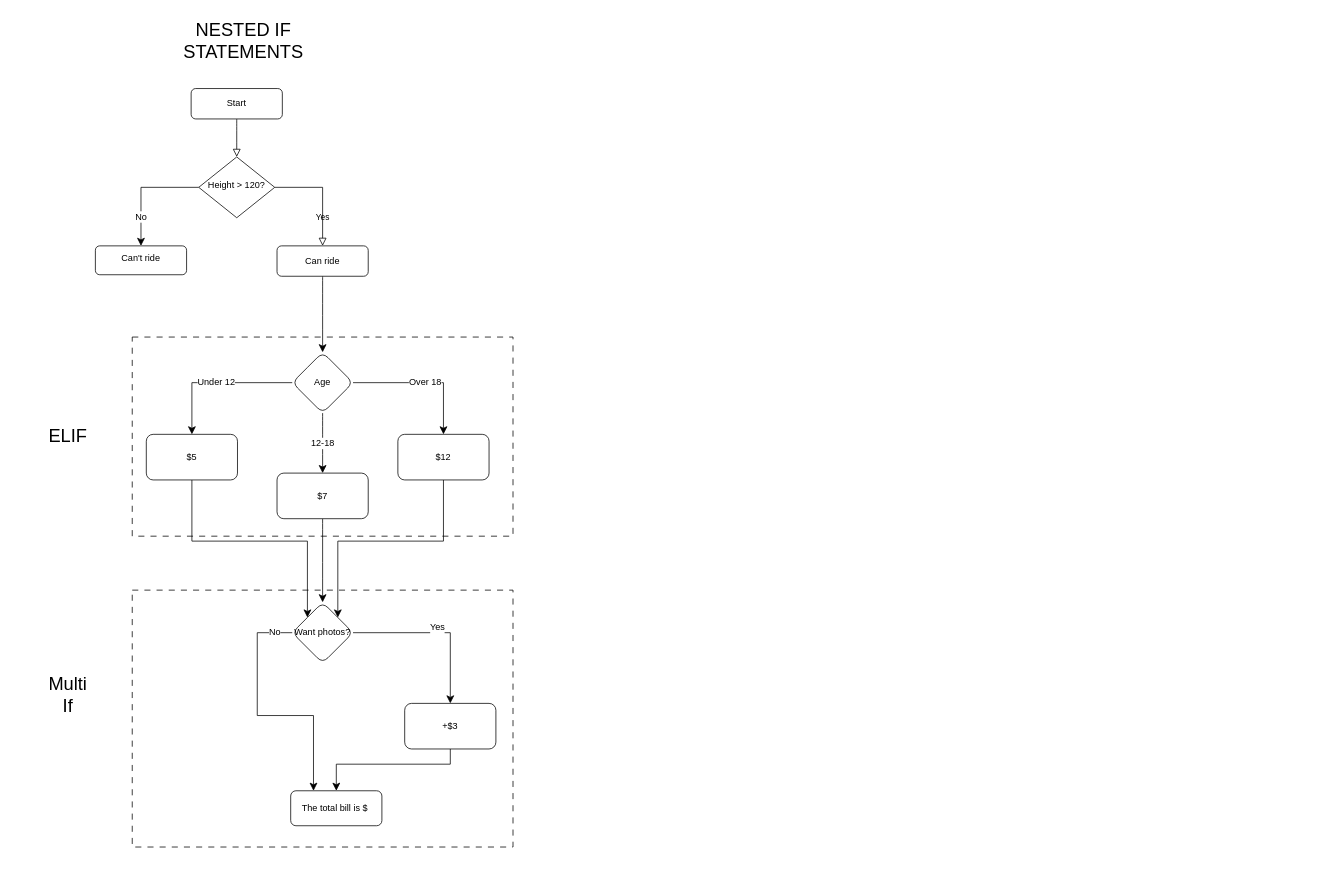
This is Python Crash Course/100Days/Python Flowchart.drawio from sdathompson/Crash-Course-Collection, a draw.io file, before an edit. Source tidied: cells renumbered, new cells numbered last; positions are measured from the earlier drawing's top-left corner, leaving out a move shared by most shapes. Both pictures are drawn from the tidied source at 76%, with x=0, y=0 at pixel (13, 13).
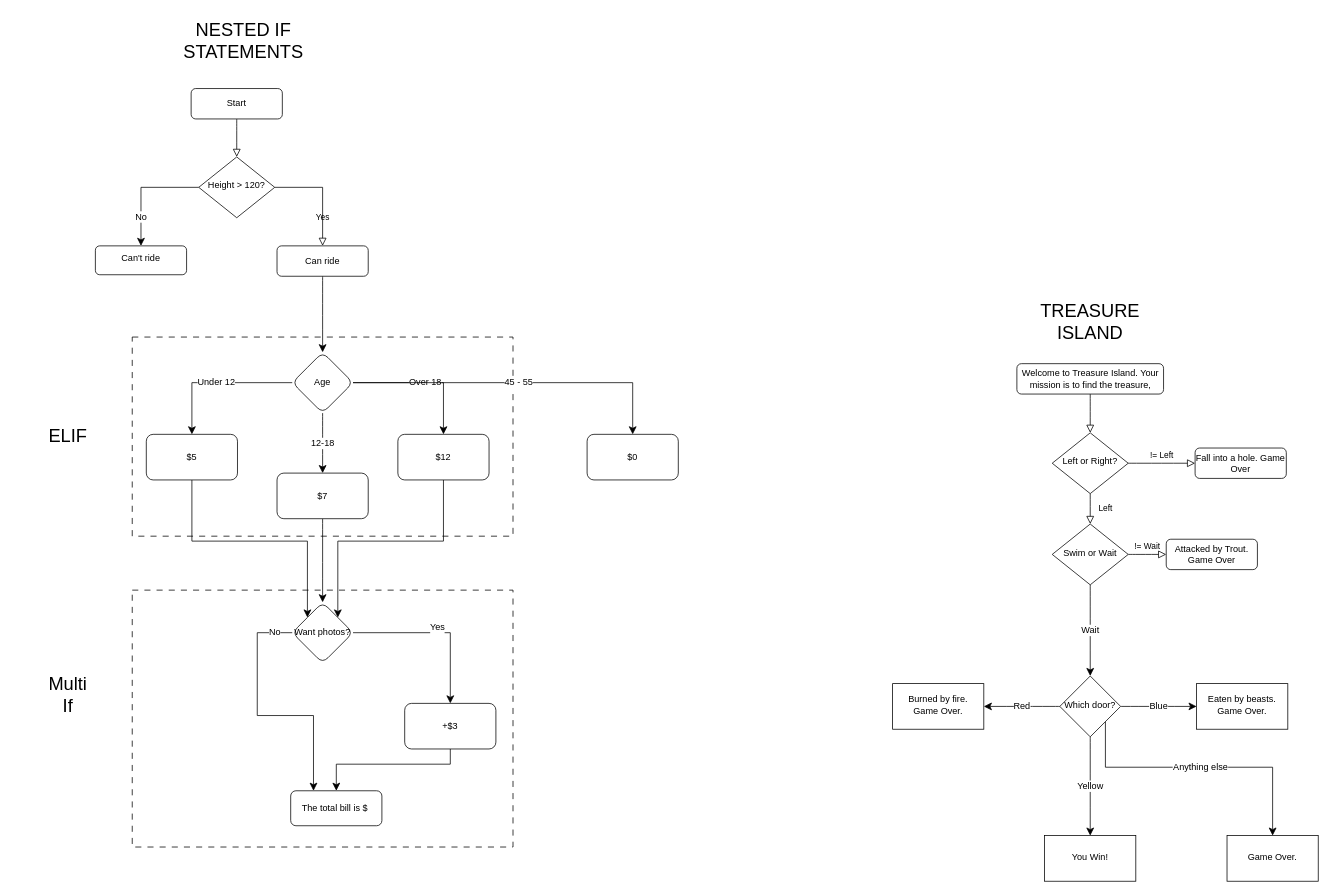
After the change.

Commit message:
Update Python Flowchart.drawio - Treasure Island

The change refers to these unchanged cells:
```xml
<mxCell id="15" value="Age" style="rhombus;whiteSpace=wrap;html=1;rounded=1;glass=0;strokeWidth=1;shadow=0;" parent="1" vertex="1">
  <mxGeometry x="367" y="446" width="80" height="80" as="geometry" />
</mxCell>
```

The edit, as a diff of the source:
```diff
@@
+    <mxCell id="31" value="45 - 55" style="edgeStyle=orthogonalEdgeStyle;rounded=0;jettySize=auto;html=1;fontSize=12;startSize=8;endSize=8;" parent="1" edge="1" source="15" target="32">
+      <mxGeometry relative="1" as="geometry" />
+    </mxCell>
@@
+    <mxCell id="32" value="$0" style="whiteSpace=wrap;html=1;rounded=1;glass=0;strokeWidth=1;shadow=0;" parent="1" vertex="1">
+      <mxGeometry x="755" y="554" width="120" height="60" as="geometry" />
+    </mxCell>
+    <mxCell id="33" style="rounded=0;html=1;jettySize=auto;fontSize=11;endArrow=block;endFill=0;endSize=8;strokeWidth=1;shadow=0;labelBackgroundColor=none;edgeStyle=orthogonalEdgeStyle;curved=1;" parent="1" edge="1" source="34" target="37">
+      <mxGeometry relative="1" as="geometry" />
+    </mxCell>
+    <mxCell id="34" value="Welcome to Treasure Island. Your mission is to find the treasure," style="rounded=1;whiteSpace=wrap;html=1;fontSize=12;glass=0;strokeWidth=1;shadow=0;" parent="1" vertex="1">
+      <mxGeometry x="1320.5" y="461" width="193" height="40" as="geometry" />
+    </mxCell>
+    <mxCell id="35" value="Left" style="rounded=0;html=1;jettySize=auto;fontSize=11;endArrow=block;endFill=0;endSize=8;strokeWidth=1;shadow=0;labelBackgroundColor=none;edgeStyle=orthogonalEdgeStyle;curved=1;" parent="1" edge="1" source="37" target="41">
+      <mxGeometry y="20" relative="1" as="geometry" />
+    </mxCell>
+    <mxCell id="36" value="!= Left" style="edgeStyle=orthogonalEdgeStyle;rounded=0;html=1;jettySize=auto;fontSize=11;endArrow=block;endFill=0;endSize=8;strokeWidth=1;shadow=0;labelBackgroundColor=none;curved=1;" parent="1" edge="1" source="37" target="38">
+      <mxGeometry y="10" relative="1" as="geometry" />
+    </mxCell>
+    <mxCell id="37" value="Left or Right?" style="rhombus;whiteSpace=wrap;html=1;shadow=0;fontFamily=Helvetica;fontSize=12;align=center;strokeWidth=1;spacing=6;spacingTop=-4;" parent="1" vertex="1">
+      <mxGeometry x="1367" y="552" width="100" height="80" as="geometry" />
+    </mxCell>
+    <mxCell id="38" value="Fall into a hole. Game Over" style="rounded=1;whiteSpace=wrap;html=1;fontSize=12;glass=0;strokeWidth=1;shadow=0;" parent="1" vertex="1">
+      <mxGeometry x="1555" y="572" width="120" height="40" as="geometry" />
+    </mxCell>
+    <mxCell id="39" value="!= Wait" style="edgeStyle=orthogonalEdgeStyle;rounded=0;html=1;jettySize=auto;fontSize=11;endArrow=block;endFill=0;endSize=8;strokeWidth=1;shadow=0;labelBackgroundColor=none;curved=1;" parent="1" edge="1" source="41" target="42">
+      <mxGeometry y="10" relative="1" as="geometry" />
+    </mxCell>
+    <mxCell id="40" value="Wait" style="edgeStyle=none;curved=1;rounded=0;jettySize=auto;html=1;fontSize=12;startSize=8;endSize=8;" parent="1" edge="1" source="41" target="48">
+      <mxGeometry relative="1" as="geometry" />
+    </mxCell>
+    <mxCell id="41" value="Swim or Wait" style="rhombus;whiteSpace=wrap;html=1;shadow=0;fontFamily=Helvetica;fontSize=12;align=center;strokeWidth=1;spacing=6;spacingTop=-4;" parent="1" vertex="1">
+      <mxGeometry x="1367" y="672" width="100" height="80" as="geometry" />
+    </mxCell>
+    <mxCell id="42" value="Attacked by Trout.&lt;div&gt;Game Over&lt;/div&gt;" style="rounded=1;whiteSpace=wrap;html=1;fontSize=12;glass=0;strokeWidth=1;shadow=0;" parent="1" vertex="1">
+      <mxGeometry x="1517" y="692" width="120" height="40" as="geometry" />
+    </mxCell>
+    <mxCell id="43" value="&lt;font style=&quot;font-size: 24px;&quot;&gt;TREASURE ISLAND&lt;/font&gt;" style="text;html=1;align=center;verticalAlign=middle;whiteSpace=wrap;rounded=0;" parent="1" vertex="1">
+      <mxGeometry x="1345" y="370" width="144" height="72" as="geometry" />
+    </mxCell>
+    <mxCell id="44" value="Blue" style="edgeStyle=none;curved=1;rounded=0;jettySize=auto;html=1;fontSize=12;startSize=8;endSize=8;" parent="1" edge="1" source="48" target="49">
+      <mxGeometry relative="1" as="geometry" />
+    </mxCell>
+    <mxCell id="45" value="Red" style="edgeStyle=none;curved=1;rounded=0;jettySize=auto;html=1;fontSize=12;startSize=8;endSize=8;" parent="1" edge="1" source="48" target="50">
+      <mxGeometry relative="1" as="geometry" />
+    </mxCell>
+    <mxCell id="46" value="Yellow" style="edgeStyle=none;curved=1;rounded=0;jettySize=auto;html=1;fontSize=12;startSize=8;endSize=8;" parent="1" edge="1" source="48" target="51">
+      <mxGeometry relative="1" as="geometry" />
+    </mxCell>
+    <mxCell id="47" value="Anything else" style="edgeStyle=orthogonalEdgeStyle;rounded=0;jettySize=auto;html=1;exitX=1;exitY=1;exitDx=0;exitDy=0;fontSize=12;startSize=8;endSize=8;entryX=0.5;entryY=0;entryDx=0;entryDy=0;" parent="1" edge="1" source="48" target="52">
+      <mxGeometry relative="1" as="geometry">
+        <Array as="points">
+          <mxPoint x="1437" y="992" />
+          <mxPoint x="1657" y="992" />
+        </Array>
+      </mxGeometry>
+    </mxCell>
+    <mxCell id="48" value="Which door?" style="rhombus;whiteSpace=wrap;html=1;shadow=0;strokeWidth=1;spacing=6;spacingTop=-4;" parent="1" vertex="1">
+      <mxGeometry x="1377" y="872" width="80" height="80" as="geometry" />
+    </mxCell>
+    <mxCell id="49" value="Eaten by beasts. Game Over." style="whiteSpace=wrap;html=1;shadow=0;strokeWidth=1;spacing=6;spacingTop=-4;" parent="1" vertex="1">
+      <mxGeometry x="1557" y="882" width="120" height="60" as="geometry" />
+    </mxCell>
+    <mxCell id="50" value="Burned by fire. Game Over." style="whiteSpace=wrap;html=1;shadow=0;strokeWidth=1;spacing=6;spacingTop=-4;" parent="1" vertex="1">
+      <mxGeometry x="1157" y="882" width="120" height="60" as="geometry" />
+    </mxCell>
+    <mxCell id="51" value="You Win!" style="whiteSpace=wrap;html=1;shadow=0;strokeWidth=1;spacing=6;spacingTop=-4;" parent="1" vertex="1">
+      <mxGeometry x="1357" y="1082" width="120" height="60" as="geometry" />
+    </mxCell>
+    <mxCell id="52" value="Game Over." style="whiteSpace=wrap;html=1;shadow=0;strokeWidth=1;spacing=6;spacingTop=-4;" parent="1" vertex="1">
+      <mxGeometry x="1597" y="1082" width="120" height="60" as="geometry" />
+    </mxCell>
```
